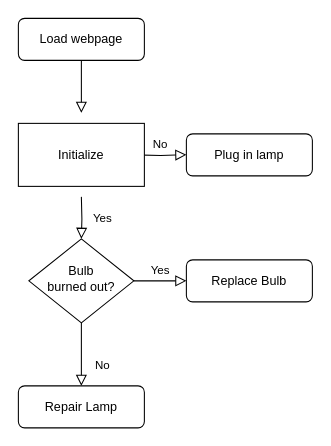
Before: UML & Flowcharts/overall_flowchart.drawio in denBruneBarone/P2, a draw.io diagram. Source tidied: cells renumbered, new cells numbered last; positions are measured from the earlier drawing's top-left corner, leaving out a move shared by most shapes. Both pictures are drawn from the tidied source at 105%, with x=0, y=0 at pixel (18, 18).
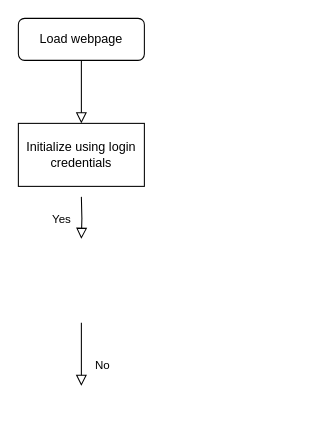
The same page after the edit.

Diff of the diagram source:
```diff
@@
 <mxGraphModel>
   <root>
     <mxCell id="0" />
     <mxCell id="1" parent="0" />
-    <mxCell id="2" style="rounded=0;html=1;jettySize=auto;fontSize=11;endArrow=block;endFill=0;endSize=8;strokeWidth=1;shadow=0;labelBackgroundColor=none;edgeStyle=orthogonalEdgeStyle;" parent="1" edge="1" source="3">
-      <mxGeometry relative="1" as="geometry">
-        <mxPoint x="60" y="90" as="targetPoint" />
-      </mxGeometry>
+    <mxCell id="2" style="rounded=0;html=1;jettySize=auto;fontSize=11;endArrow=block;endFill=0;endSize=8;strokeWidth=1;shadow=0;labelBackgroundColor=none;edgeStyle=orthogonalEdgeStyle;" parent="1" edge="1" source="3" target="12">
+      <mxGeometry relative="1" as="geometry" />
     </mxCell>
     <mxCell id="3" value="Load webpage" style="rounded=1;whiteSpace=wrap;html=1;fontSize=12;glass=0;strokeWidth=1;shadow=0;" parent="1" vertex="1">
       <mxGeometry width="120" height="40" as="geometry" />
     </mxCell>
-    <mxCell id="4" value="Yes" style="rounded=0;html=1;jettySize=auto;fontSize=11;endArrow=block;endFill=0;endSize=8;strokeWidth=1;shadow=0;labelBackgroundColor=none;edgeStyle=orthogonalEdgeStyle;" parent="1" edge="1" target="9">
+    <mxCell id="4" value="Yes" style="rounded=0;html=1;jettySize=auto;orthogonalLoop=1;fontSize=11;endArrow=block;endFill=0;endSize=8;strokeWidth=1;shadow=0;labelBackgroundColor=none;edgeStyle=orthogonalEdgeStyle;" parent="1" edge="1">
       <mxGeometry y="20" relative="1" as="geometry">
         <mxPoint x="60" y="170" as="sourcePoint" />
+        <mxPoint x="60" y="210" as="targetPoint" />
       </mxGeometry>
     </mxCell>
-    <mxCell id="5" value="No" style="edgeStyle=orthogonalEdgeStyle;rounded=0;html=1;jettySize=auto;fontSize=11;endArrow=block;endFill=0;endSize=8;strokeWidth=1;shadow=0;labelBackgroundColor=none;" parent="1" edge="1" target="6">
-      <mxGeometry y="10" relative="1" as="geometry">
-        <mxPoint x="110" y="130" as="sourcePoint" />
-      </mxGeometry>
-    </mxCell>
-    <mxCell id="6" value="Plug in lamp" style="rounded=1;whiteSpace=wrap;html=1;fontSize=12;glass=0;strokeWidth=1;shadow=0;" parent="1" vertex="1">
-      <mxGeometry x="160" y="110" width="120" height="40" as="geometry" />
-    </mxCell>
-    <mxCell id="7" value="No" style="rounded=0;html=1;jettySize=auto;fontSize=11;endArrow=block;endFill=0;endSize=8;strokeWidth=1;shadow=0;labelBackgroundColor=none;edgeStyle=orthogonalEdgeStyle;" parent="1" edge="1" source="9" target="10">
-      <mxGeometry x="0.33" y="20" relative="1" as="geometry" />
+    <mxCell id="7" value="No" style="rounded=0;html=1;jettySize=auto;orthogonalLoop=1;fontSize=11;endArrow=block;endFill=0;endSize=8;strokeWidth=1;shadow=0;labelBackgroundColor=none;edgeStyle=orthogonalEdgeStyle;" parent="1" edge="1">
+      <mxGeometry x="0.33" y="20" relative="1" as="geometry">
+        <mxPoint x="60" y="290" as="sourcePoint" />
+        <mxPoint x="60" y="350" as="targetPoint" />
+      </mxGeometry>
     </mxCell>
-    <mxCell id="8" value="Yes" style="edgeStyle=orthogonalEdgeStyle;rounded=0;html=1;jettySize=auto;fontSize=11;endArrow=block;endFill=0;endSize=8;strokeWidth=1;shadow=0;labelBackgroundColor=none;" parent="1" edge="1" source="9" target="11">
-      <mxGeometry y="10" relative="1" as="geometry" />
-    </mxCell>
-    <mxCell id="9" value="Bulb&lt;br&gt;burned out?" style="rhombus;whiteSpace=wrap;html=1;shadow=0;fontFamily=Helvetica;fontSize=12;align=center;strokeWidth=1;spacing=6;spacingTop=-4;" parent="1" vertex="1">
-      <mxGeometry x="10" y="210" width="100" height="80" as="geometry" />
-    </mxCell>
-    <mxCell id="10" value="Repair Lamp" style="rounded=1;whiteSpace=wrap;html=1;fontSize=12;glass=0;strokeWidth=1;shadow=0;" parent="1" vertex="1">
-      <mxGeometry y="350" width="120" height="40" as="geometry" />
-    </mxCell>
-    <mxCell id="11" value="Replace Bulb" style="rounded=1;whiteSpace=wrap;html=1;fontSize=12;glass=0;strokeWidth=1;shadow=0;" parent="1" vertex="1">
-      <mxGeometry x="160" y="230" width="120" height="40" as="geometry" />
-    </mxCell>
-    <mxCell id="12" value="Initialize" style="rounded=0;whiteSpace=wrap;html=1;" parent="1" vertex="1">
+    <mxCell id="12" value="Initialize using login credentials" style="rounded=0;whiteSpace=wrap;html=1;" parent="1" vertex="1">
       <mxGeometry y="100" width="120" height="60" as="geometry" />
     </mxCell>
   </root>
 </mxGraphModel>
```
